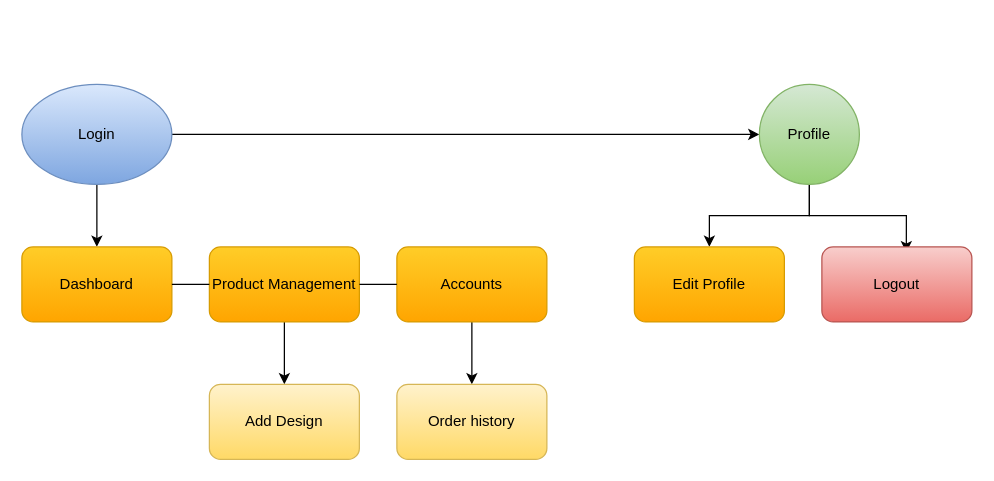
Before: artist Diagram.drawio in rhtonmoy1/V-Generation-Document, a draw.io diagram. Source tidied: cells renumbered, new cells numbered last; positions are measured from the earlier drawing's top-left corner, leaving out a move shared by most shapes. Both pictures are drawn from the tidied source at 125%, with x=0, y=0 at pixel (21, 84).
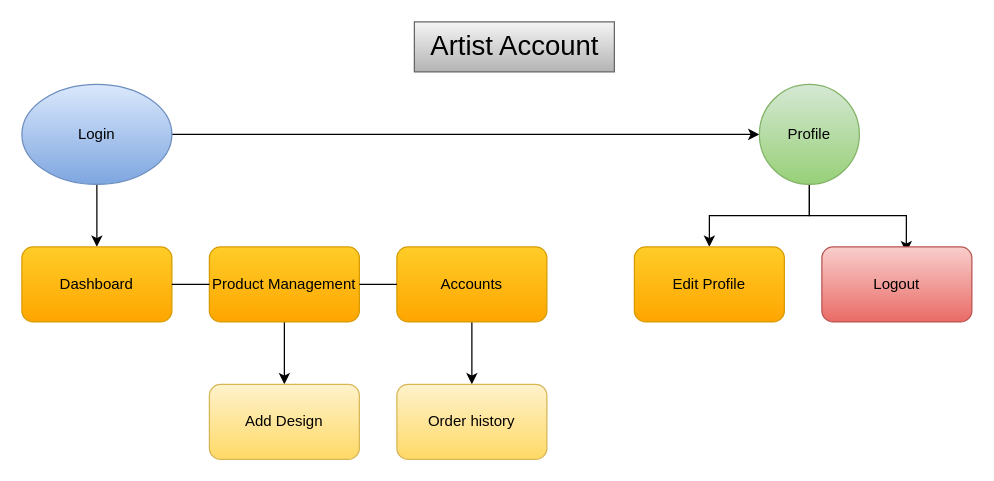
The same page after the edit.

Change to the diagram source:
```diff
@@
 <mxGraphModel>
   <root>
     <mxCell id="0" />
     <mxCell id="1" parent="0" />
     <mxCell id="2" style="edgeStyle=orthogonalEdgeStyle;rounded=0;jettySize=auto;html=1;exitX=0.5;exitY=1;exitDx=0;exitDy=0;" parent="1" edge="1" source="4" target="5">
       <mxGeometry relative="1" as="geometry" />
     </mxCell>
     <mxCell id="3" style="edgeStyle=orthogonalEdgeStyle;rounded=0;jettySize=auto;html=1;exitX=1;exitY=0.5;exitDx=0;exitDy=0;" parent="1" edge="1" source="4" target="14">
       <mxGeometry relative="1" as="geometry" />
     </mxCell>
     <mxCell id="4" value="Login" style="ellipse;whiteSpace=wrap;html=1;fillColor=#dae8fc;strokeColor=#6c8ebf;gradientColor=#7ea6e0;" parent="1" vertex="1">
       <mxGeometry width="120" height="80" as="geometry" />
     </mxCell>
     <mxCell id="5" value="Dashboard" style="rounded=1;whiteSpace=wrap;html=1;fillColor=#ffcd28;gradientColor=#ffa500;strokeColor=#d79b00;" parent="1" vertex="1">
       <mxGeometry y="130" width="120" height="60" as="geometry" />
     </mxCell>
     <mxCell id="6" style="edgeStyle=orthogonalEdgeStyle;rounded=0;jettySize=auto;html=1;exitX=0.5;exitY=1;exitDx=0;exitDy=0;entryX=0.5;entryY=0;entryDx=0;entryDy=0;" parent="1" edge="1" source="7" target="10">
       <mxGeometry relative="1" as="geometry" />
     </mxCell>
     <mxCell id="7" value="Product Management" style="rounded=1;whiteSpace=wrap;html=1;fillColor=#ffcd28;gradientColor=#ffa500;strokeColor=#d79b00;" parent="1" vertex="1">
       <mxGeometry x="150" y="130" width="120" height="60" as="geometry" />
     </mxCell>
     <mxCell id="8" style="edgeStyle=orthogonalEdgeStyle;rounded=0;jettySize=auto;html=1;exitX=0.5;exitY=1;exitDx=0;exitDy=0;entryX=0.5;entryY=0;entryDx=0;entryDy=0;" parent="1" edge="1" source="9" target="11">
       <mxGeometry relative="1" as="geometry" />
     </mxCell>
     <mxCell id="9" value="Accounts" style="rounded=1;whiteSpace=wrap;html=1;fillColor=#ffcd28;gradientColor=#ffa500;strokeColor=#d79b00;" parent="1" vertex="1">
       <mxGeometry x="300" y="130" width="120" height="60" as="geometry" />
     </mxCell>
     <mxCell id="10" value="Add Design" style="rounded=1;whiteSpace=wrap;html=1;fillColor=#fff2cc;gradientColor=#ffd966;strokeColor=#d6b656;" parent="1" vertex="1">
       <mxGeometry x="150" y="240" width="120" height="60" as="geometry" />
     </mxCell>
     <mxCell id="11" value="Order history" style="rounded=1;whiteSpace=wrap;html=1;fillColor=#fff2cc;gradientColor=#ffd966;strokeColor=#d6b656;" parent="1" vertex="1">
       <mxGeometry x="300" y="240" width="120" height="60" as="geometry" />
     </mxCell>
     <mxCell id="12" style="edgeStyle=orthogonalEdgeStyle;rounded=0;jettySize=auto;html=1;exitX=0.5;exitY=1;exitDx=0;exitDy=0;entryX=0.5;entryY=0;entryDx=0;entryDy=0;" parent="1" edge="1" source="14" target="15">
       <mxGeometry relative="1" as="geometry" />
     </mxCell>
     <mxCell id="13" style="edgeStyle=orthogonalEdgeStyle;rounded=0;jettySize=auto;html=1;exitX=0.5;exitY=1;exitDx=0;exitDy=0;entryX=0.563;entryY=0.073;entryDx=0;entryDy=0;entryPerimeter=0;" parent="1" edge="1" source="14" target="16">
       <mxGeometry relative="1" as="geometry" />
     </mxCell>
     <mxCell id="14" value="Profile" style="ellipse;whiteSpace=wrap;html=1;fillColor=#d5e8d4;gradientColor=#97d077;strokeColor=#82b366;" parent="1" vertex="1">
       <mxGeometry x="590" width="80" height="80" as="geometry" />
     </mxCell>
     <mxCell id="15" value="Edit Profile" style="rounded=1;whiteSpace=wrap;html=1;fillColor=#ffcd28;gradientColor=#ffa500;strokeColor=#d79b00;" parent="1" vertex="1">
       <mxGeometry x="490" y="130" width="120" height="60" as="geometry" />
     </mxCell>
     <mxCell id="16" value="Logout" style="rounded=1;whiteSpace=wrap;html=1;fillColor=#f8cecc;gradientColor=#ea6b66;strokeColor=#b85450;" parent="1" vertex="1">
       <mxGeometry x="640" y="130" width="120" height="60" as="geometry" />
     </mxCell>
     <mxCell id="17" style="endArrow=none;html=1;rounded=0;entryX=0;entryY=0.5;entryDx=0;entryDy=0;exitX=1;exitY=0.5;exitDx=0;exitDy=0;" parent="1" edge="1" source="5" target="7">
       <mxGeometry relative="1" as="geometry" />
     </mxCell>
     <mxCell id="18" style="endArrow=none;html=1;rounded=0;entryX=0;entryY=0.5;entryDx=0;entryDy=0;exitX=1;exitY=0.5;exitDx=0;exitDy=0;" parent="1" edge="1" source="7" target="9">
       <mxGeometry relative="1" as="geometry" />
     </mxCell>
+    <mxCell id="19" value="Artist Account" style="text;html=1;align=center;verticalAlign=middle;fontSize=22;fillColor=#f5f5f5;gradientColor=#b3b3b3;strokeColor=#666666;" parent="1" vertex="1">
+      <mxGeometry x="314" y="-50" width="160" height="40" as="geometry" />
+    </mxCell>
   </root>
 </mxGraphModel>
```
